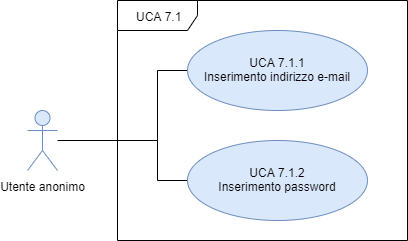
This is DocumentazioneEsterna/AnalisiRequisiti/sezioni/UseCase/Immagini/UCA7.1.png from qb-team/Stalker-Documentazione, a draw.io export, as it was before one commit. Source tidied: cells renumbered, new cells last; positions are measured from the earlier drawing's top-left corner, leaving out a move shared by most shapes. Its diagram source:
```xml
<mxGraphModel>
  <root>
    <mxCell id="0" />
    <mxCell id="1" parent="0" />
    <mxCell id="2" value="Utente anonimo" style="shape=umlActor;verticalLabelPosition=bottom;labelBackgroundColor=#ffffff;verticalAlign=top;html=1;outlineConnect=0;fillColor=#dae8fc;strokeColor=#6c8ebf;" parent="1" vertex="1">
      <mxGeometry y="110" width="30" height="60" as="geometry" />
    </mxCell>
    <mxCell id="3" value="&amp;nbsp;UCA 7.1" style="shape=umlFrame;whiteSpace=wrap;html=1;width=80;height=30;" parent="1" vertex="1">
      <mxGeometry x="90" width="290" height="240" as="geometry" />
    </mxCell>
    <mxCell id="4" style="edgeStyle=orthogonalEdgeStyle;rounded=0;jettySize=auto;html=1;exitX=0;exitY=0.5;exitDx=0;exitDy=0;endArrow=none;endFill=0;" parent="1" edge="1" source="5" target="2">
      <mxGeometry relative="1" as="geometry">
        <Array as="points">
          <mxPoint x="130" y="70" />
          <mxPoint x="130" y="140" />
        </Array>
      </mxGeometry>
    </mxCell>
    <mxCell id="5" value="UCA 7.1.1&lt;br&gt;Inserimento indirizzo e-mail" style="ellipse;whiteSpace=wrap;html=1;fillColor=#dae8fc;strokeColor=#6c8ebf;" parent="1" vertex="1">
      <mxGeometry x="160" y="30" width="180" height="80" as="geometry" />
    </mxCell>
    <mxCell id="6" style="edgeStyle=orthogonalEdgeStyle;rounded=0;jettySize=auto;html=1;exitX=0;exitY=0.5;exitDx=0;exitDy=0;endArrow=none;endFill=0;" parent="1" edge="1" source="7">
      <mxGeometry relative="1" as="geometry">
        <mxPoint x="90" y="140" as="targetPoint" />
        <Array as="points">
          <mxPoint x="130" y="180" />
          <mxPoint x="130" y="140" />
        </Array>
      </mxGeometry>
    </mxCell>
    <mxCell id="7" value="UCA 7.1.2&lt;br&gt;Inserimento password" style="ellipse;whiteSpace=wrap;html=1;fillColor=#dae8fc;strokeColor=#6c8ebf;" parent="1" vertex="1">
      <mxGeometry x="160" y="140" width="180" height="80" as="geometry" />
    </mxCell>
  </root>
</mxGraphModel>
```
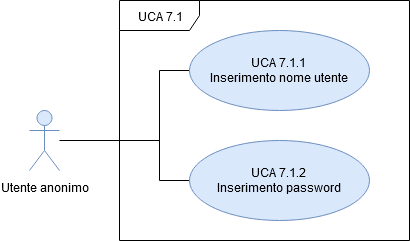
Above is the later version.

Diff of the diagram source:
```diff
@@ -16,7 +16,7 @@
         </Array>
       </mxGeometry>
     </mxCell>
-    <mxCell id="5" value="UCA 7.1.1&lt;br&gt;Inserimento indirizzo e-mail" style="ellipse;whiteSpace=wrap;html=1;fillColor=#dae8fc;strokeColor=#6c8ebf;" parent="1" vertex="1">
+    <mxCell id="5" value="UCA 7.1.1&lt;br&gt;Inserimento nome utente" style="ellipse;whiteSpace=wrap;html=1;fillColor=#dae8fc;strokeColor=#6c8ebf;" parent="1" vertex="1">
       <mxGeometry x="160" y="30" width="180" height="80" as="geometry" />
     </mxCell>
     <mxCell id="6" style="edgeStyle=orthogonalEdgeStyle;rounded=0;jettySize=auto;html=1;exitX=0;exitY=0.5;exitDx=0;exitDy=0;endArrow=none;endFill=0;" parent="1" edge="1" source="7">
```
